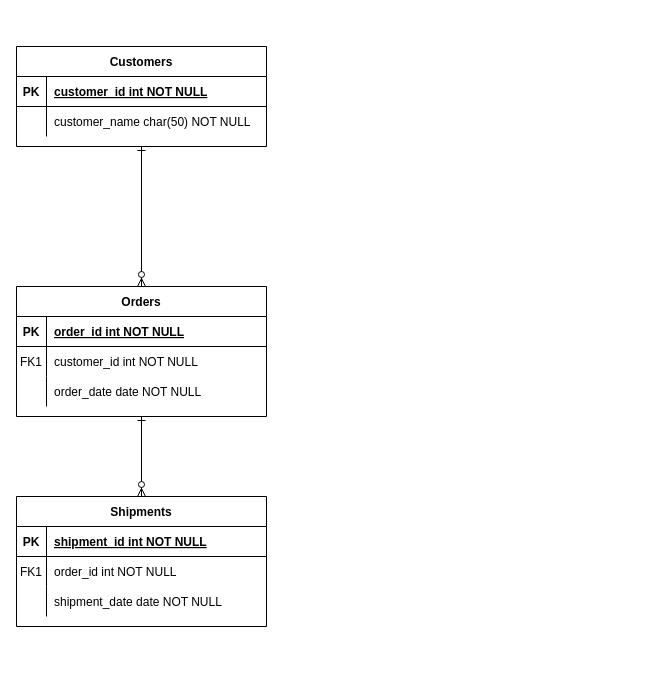
Before: udian/Untitled Diagram.drawio in dickwu/youdian, a draw.io diagram. Source tidied: cells renumbered, new cells numbered last; positions are measured from the earlier drawing's top-left corner, leaving out a move shared by most shapes. Both pictures are drawn from the tidied source at 100%, with x=0, y=0 at pixel (16, 46).
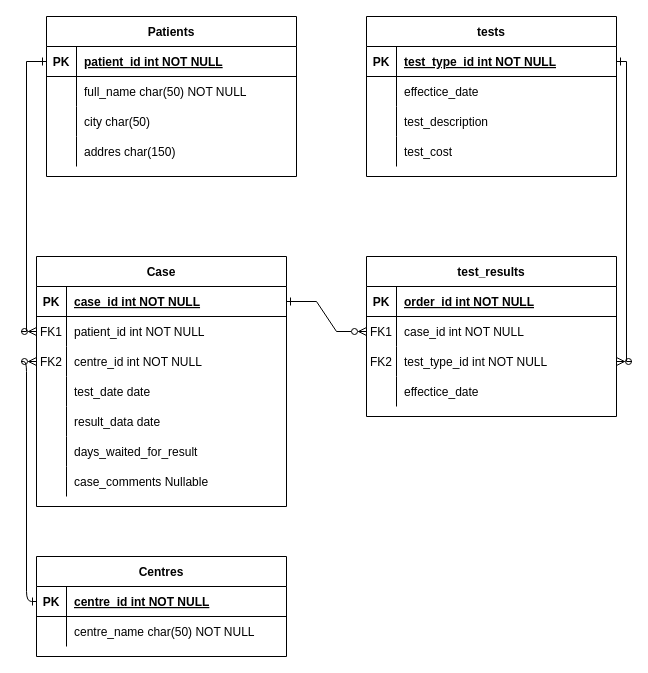
The same diagram, later.

Unchanged cells that the change refers to:
```xml
<mxCell id="5" style="shape=partialRectangle;fillColor=none;points=[[0,0.5],[1,0.5]];portConstraint=eastwest;top=0;left=0;right=0;bottom=1;" parent="4" vertex="1">
  <mxGeometry y="30" width="250" height="30" as="geometry" />
</mxCell>
<mxCell id="8" style="shape=partialRectangle;fillColor=none;points=[[0,0.5],[1,0.5]];portConstraint=eastwest;top=0;left=0;right=0;bottom=0;" parent="4" vertex="1">
  <mxGeometry y="60" width="250" height="30" as="geometry" />
</mxCell>
<mxCell id="11" style="shape=partialRectangle;fillColor=none;points=[[0,0.5],[1,0.5]];portConstraint=eastwest;top=0;left=0;right=0;bottom=0;" parent="4" vertex="1">
  <mxGeometry y="90" width="250" height="30" as="geometry" />
</mxCell>
<mxCell id="15" style="shape=partialRectangle;fillColor=none;points=[[0,0.5],[1,0.5]];portConstraint=eastwest;top=0;left=0;right=0;bottom=1;" parent="14" vertex="1">
  <mxGeometry y="30" width="250" height="30" as="geometry" />
</mxCell>
<mxCell id="25" style="shape=partialRectangle;fillColor=none;points=[[0,0.5],[1,0.5]];portConstraint=eastwest;top=0;left=0;right=0;bottom=1;" parent="24" vertex="1">
  <mxGeometry y="30" width="250" height="30" as="geometry" />
</mxCell>
<mxCell id="28" style="shape=partialRectangle;fillColor=none;top=0;left=0;right=0;bottom=0;" parent="24" vertex="1">
  <mxGeometry y="60" width="250" height="30" as="geometry" />
</mxCell>
```

Diff of the diagram source:
```diff
@@
-    <mxCell id="2" style="endArrow=ERzeroToMany;startArrow=ERone;endFill=1;startFill=0;entryX=0.5;entryY=0;entryDx=0;entryDy=0;exitX=0.5;exitY=1;exitDx=0;exitDy=0;" parent="1" edge="1" source="24" target="4">
-      <mxGeometry relative="1" as="geometry" />
-    </mxCell>
-    <mxCell id="3" style="endArrow=ERzeroToMany;startArrow=ERone;endFill=1;startFill=0;exitX=0.5;exitY=1;exitDx=0;exitDy=0;entryX=0.5;entryY=0;entryDx=0;entryDy=0;" parent="1" edge="1" source="4" target="14">
+    <mxCell id="3" style="endArrow=ERone;startArrow=ERzeroToMany;endFill=0;startFill=0;exitX=0;exitY=0.5;exitDx=0;exitDy=0;entryX=0;entryY=0.5;entryDx=0;entryDy=0;edgeStyle=orthogonalEdgeStyle;" parent="1" edge="1" source="11" target="15">
       <mxGeometry relative="1" as="geometry" />
     </mxCell>
-    <mxCell id="4" value="Orders" style="shape=table;startSize=30;childLayout=tableLayout;rowLines=0;fontStyle=1;align=center;" parent="1" vertex="1">
-      <mxGeometry y="240" width="250" height="130" as="geometry" />
+    <mxCell id="4" value="Case" style="shape=table;startSize=30;childLayout=tableLayout;rowLines=0;fontStyle=1;align=center;" parent="1" vertex="1">
+      <mxGeometry x="20" y="210" width="250" height="250" as="geometry" />
     </mxCell>
@@
-    <mxCell id="7" value="order_id int NOT NULL " style="shape=partialRectangle;overflow=hidden;fillColor=none;top=0;left=0;bottom=0;right=0;align=left;spacingLeft=6;fontStyle=5;" parent="5" vertex="1">
+    <mxCell id="7" value="case_id int NOT NULL " style="shape=partialRectangle;overflow=hidden;fillColor=none;top=0;left=0;bottom=0;right=0;align=left;spacingLeft=6;fontStyle=5;" parent="5" vertex="1">
       <mxGeometry x="30" width="220" height="30" as="geometry" />
     </mxCell>
@@
-    <mxCell id="10" value="customer_id int NOT NULL" style="shape=partialRectangle;overflow=hidden;fillColor=none;top=0;left=0;bottom=0;right=0;align=left;spacingLeft=6;" parent="8" vertex="1">
+    <mxCell id="10" value="patient_id int NOT NULL" style="shape=partialRectangle;overflow=hidden;fillColor=none;top=0;left=0;bottom=0;right=0;align=left;spacingLeft=6;" parent="8" vertex="1">
       <mxGeometry x="30" width="220" height="30" as="geometry" />
     </mxCell>
@@
-    <mxCell id="12" style="shape=partialRectangle;overflow=hidden;fillColor=none;top=0;left=0;bottom=0;right=0;" parent="11" vertex="1">
+    <mxCell id="12" value="FK2" style="shape=partialRectangle;overflow=hidden;fillColor=none;top=0;left=0;bottom=0;right=0;" parent="11" vertex="1">
       <mxGeometry width="30" height="30" as="geometry" />
     </mxCell>
-    <mxCell id="13" value="order_date date NOT NULL" style="shape=partialRectangle;overflow=hidden;fillColor=none;top=0;left=0;bottom=0;right=0;align=left;spacingLeft=6;" parent="11" vertex="1">
+    <mxCell id="13" value="centre_id int NOT NULL" style="shape=partialRectangle;overflow=hidden;fillColor=none;top=0;left=0;bottom=0;right=0;align=left;spacingLeft=6;" parent="11" vertex="1">
       <mxGeometry x="30" width="220" height="30" as="geometry" />
     </mxCell>
+    <mxCell id="31" style="shape=partialRectangle;fillColor=none;top=0;left=0;right=0;bottom=0;" parent="4" vertex="1">
+      <mxGeometry y="120" width="250" height="30" as="geometry" />
+    </mxCell>
+    <mxCell id="32" style="shape=partialRectangle;overflow=hidden;fillColor=none;top=0;left=0;bottom=0;right=0;" parent="31" vertex="1">
+      <mxGeometry width="30" height="30" as="geometry" />
+    </mxCell>
+    <mxCell id="33" value="test_date date" style="shape=partialRectangle;overflow=hidden;fillColor=none;top=0;left=0;bottom=0;right=0;align=left;spacingLeft=6;" parent="31" vertex="1">
+      <mxGeometry x="30" width="220" height="30" as="geometry" />
+    </mxCell>
+    <mxCell id="34" style="shape=partialRectangle;fillColor=none;top=0;left=0;right=0;bottom=0;" parent="4" vertex="1">
+      <mxGeometry y="150" width="250" height="30" as="geometry" />
+    </mxCell>
+    <mxCell id="35" style="shape=partialRectangle;overflow=hidden;fillColor=none;top=0;left=0;bottom=0;right=0;" parent="34" vertex="1">
+      <mxGeometry width="30" height="30" as="geometry" />
+    </mxCell>
+    <mxCell id="36" value="result_data date" style="shape=partialRectangle;overflow=hidden;fillColor=none;top=0;left=0;bottom=0;right=0;align=left;spacingLeft=6;" parent="34" vertex="1">
+      <mxGeometry x="30" width="220" height="30" as="geometry" />
+    </mxCell>
+    <mxCell id="37" style="shape=partialRectangle;fillColor=none;top=0;left=0;right=0;bottom=0;" parent="4" vertex="1">
+      <mxGeometry y="180" width="250" height="30" as="geometry" />
+    </mxCell>
+    <mxCell id="38" style="shape=partialRectangle;overflow=hidden;fillColor=none;top=0;left=0;bottom=0;right=0;" parent="37" vertex="1">
+      <mxGeometry width="30" height="30" as="geometry" />
+    </mxCell>
+    <mxCell id="39" value="days_waited_for_result" style="shape=partialRectangle;overflow=hidden;fillColor=none;top=0;left=0;bottom=0;right=0;align=left;spacingLeft=6;" parent="37" vertex="1">
+      <mxGeometry x="30" width="220" height="30" as="geometry" />
+    </mxCell>
+    <mxCell id="40" style="shape=partialRectangle;fillColor=none;top=0;left=0;right=0;bottom=0;" parent="4" vertex="1">
+      <mxGeometry y="210" width="250" height="30" as="geometry" />
+    </mxCell>
+    <mxCell id="41" style="shape=partialRectangle;overflow=hidden;fillColor=none;top=0;left=0;bottom=0;right=0;" parent="40" vertex="1">
+      <mxGeometry width="30" height="30" as="geometry" />
+    </mxCell>
+    <mxCell id="42" value="case_comments Nullable" style="shape=partialRectangle;overflow=hidden;fillColor=none;top=0;left=0;bottom=0;right=0;align=left;spacingLeft=6;" parent="40" vertex="1">
+      <mxGeometry x="30" width="220" height="30" as="geometry" />
+    </mxCell>
-    <mxCell id="14" value="Shipments" style="shape=table;startSize=30;childLayout=tableLayout;rowLines=0;fontStyle=1;align=center;" parent="1" vertex="1">
-      <mxGeometry y="450" width="250" height="130" as="geometry" />
+    <mxCell id="14" value="Centres" style="shape=table;startSize=30;childLayout=tableLayout;rowLines=0;fontStyle=1;align=center;" parent="1" vertex="1">
+      <mxGeometry x="20" y="510" width="250" height="100" as="geometry" />
     </mxCell>
@@
-    <mxCell id="17" value="shipment_id int NOT NULL " style="shape=partialRectangle;overflow=hidden;fillColor=none;top=0;left=0;bottom=0;right=0;align=left;spacingLeft=6;fontStyle=5;" parent="15" vertex="1">
+    <mxCell id="17" value="centre_id int NOT NULL " style="shape=partialRectangle;overflow=hidden;fillColor=none;top=0;left=0;bottom=0;right=0;align=left;spacingLeft=6;fontStyle=5;" parent="15" vertex="1">
       <mxGeometry x="30" width="220" height="30" as="geometry" />
     </mxCell>
-    <mxCell id="18" style="shape=partialRectangle;fillColor=none;top=0;left=0;right=0;bottom=0;" parent="14" vertex="1">
-      <mxGeometry y="60" width="250" height="30" as="geometry" />
-    </mxCell>
-    <mxCell id="19" value="FK1" style="shape=partialRectangle;overflow=hidden;fillColor=none;top=0;left=0;bottom=0;right=0;" parent="18" vertex="1">
-      <mxGeometry width="30" height="30" as="geometry" />
-    </mxCell>
-    <mxCell id="20" value="order_id int NOT NULL" style="shape=partialRectangle;overflow=hidden;fillColor=none;top=0;left=0;bottom=0;right=0;align=left;spacingLeft=6;" parent="18" vertex="1">
-      <mxGeometry x="30" width="220" height="30" as="geometry" />
-    </mxCell>
     <mxCell id="21" style="shape=partialRectangle;fillColor=none;top=0;left=0;right=0;bottom=0;" parent="14" vertex="1">
-      <mxGeometry y="90" width="250" height="30" as="geometry" />
+      <mxGeometry y="60" width="250" height="30" as="geometry" />
     </mxCell>
@@
-    <mxCell id="23" value="shipment_date date NOT NULL" style="shape=partialRectangle;overflow=hidden;fillColor=none;top=0;left=0;bottom=0;right=0;align=left;spacingLeft=6;" parent="21" vertex="1">
+    <mxCell id="23" value="centre_name char(50) NOT NULL" style="shape=partialRectangle;overflow=hidden;fillColor=none;top=0;left=0;bottom=0;right=0;align=left;spacingLeft=6;" parent="21" vertex="1">
       <mxGeometry x="30" width="220" height="30" as="geometry" />
     </mxCell>
-    <mxCell id="24" value="Customers" style="shape=table;startSize=30;childLayout=tableLayout;rowLines=0;fontStyle=1;align=center;" parent="1" vertex="1">
-      <mxGeometry width="250" height="100" as="geometry" />
+    <mxCell id="24" value="Patients" style="shape=table;startSize=30;childLayout=tableLayout;rowLines=0;fontStyle=1;align=center;" parent="1" vertex="1">
+      <mxGeometry x="30" y="-30" width="250" height="160" as="geometry" />
     </mxCell>
@@
-    <mxCell id="27" value="customer_id int NOT NULL " style="shape=partialRectangle;overflow=hidden;fillColor=none;top=0;left=0;bottom=0;right=0;align=left;spacingLeft=6;fontStyle=5;" parent="25" vertex="1">
+    <mxCell id="27" value="patient_id int NOT NULL " style="shape=partialRectangle;overflow=hidden;fillColor=none;top=0;left=0;bottom=0;right=0;align=left;spacingLeft=6;fontStyle=5;" parent="25" vertex="1">
       <mxGeometry x="30" width="220" height="30" as="geometry" />
     </mxCell>
@@
-    <mxCell id="30" value="customer_name char(50) NOT NULL" style="shape=partialRectangle;overflow=hidden;fillColor=none;top=0;left=0;bottom=0;right=0;align=left;spacingLeft=6;" parent="28" vertex="1">
+    <mxCell id="30" value="full_name char(50) NOT NULL" style="shape=partialRectangle;overflow=hidden;fillColor=none;top=0;left=0;bottom=0;right=0;align=left;spacingLeft=6;" parent="28" vertex="1">
       <mxGeometry x="30" width="220" height="30" as="geometry" />
     </mxCell>
+    <mxCell id="43" style="shape=partialRectangle;fillColor=none;top=0;left=0;right=0;bottom=0;" parent="24" vertex="1">
+      <mxGeometry y="90" width="250" height="30" as="geometry" />
+    </mxCell>
+    <mxCell id="44" style="shape=partialRectangle;overflow=hidden;fillColor=none;top=0;left=0;bottom=0;right=0;" parent="43" vertex="1">
+      <mxGeometry width="30" height="30" as="geometry" />
+    </mxCell>
+    <mxCell id="45" value="city char(50)" style="shape=partialRectangle;overflow=hidden;fillColor=none;top=0;left=0;bottom=0;right=0;align=left;spacingLeft=6;" parent="43" vertex="1">
+      <mxGeometry x="30" width="220" height="30" as="geometry" />
+    </mxCell>
+    <mxCell id="46" style="shape=partialRectangle;fillColor=none;top=0;left=0;right=0;bottom=0;" parent="24" vertex="1">
+      <mxGeometry y="120" width="250" height="30" as="geometry" />
+    </mxCell>
+    <mxCell id="47" style="shape=partialRectangle;overflow=hidden;fillColor=none;top=0;left=0;bottom=0;right=0;" parent="46" vertex="1">
+      <mxGeometry width="30" height="30" as="geometry" />
+    </mxCell>
+    <mxCell id="48" value="addres char(150)" style="shape=partialRectangle;overflow=hidden;fillColor=none;top=0;left=0;bottom=0;right=0;align=left;spacingLeft=6;" parent="46" vertex="1">
+      <mxGeometry x="30" width="220" height="30" as="geometry" />
+    </mxCell>
+    <mxCell id="49" value="test_results" style="shape=table;startSize=30;childLayout=tableLayout;rowLines=0;fontStyle=1;align=center;" parent="1" vertex="1">
+      <mxGeometry x="350" y="210" width="250" height="160" as="geometry" />
+    </mxCell>
+    <mxCell id="50" style="shape=partialRectangle;fillColor=none;top=0;left=0;right=0;bottom=1;" parent="49" vertex="1">
+      <mxGeometry y="30" width="250" height="30" as="geometry" />
+    </mxCell>
+    <mxCell id="51" value="PK" style="shape=partialRectangle;overflow=hidden;fillColor=none;top=0;left=0;bottom=0;right=0;fontStyle=1;" parent="50" vertex="1">
+      <mxGeometry width="30" height="30" as="geometry" />
+    </mxCell>
+    <mxCell id="20" value="order_id int NOT NULL " style="shape=partialRectangle;overflow=hidden;fillColor=none;top=0;left=0;bottom=0;right=0;align=left;spacingLeft=6;fontStyle=5;" parent="50" vertex="1">
+      <mxGeometry x="30" width="220" height="30" as="geometry" />
+    </mxCell>
+    <mxCell id="52" style="shape=partialRectangle;fillColor=none;points=[[0,0.5],[1,0.5]];portConstraint=eastwest;top=0;left=0;right=0;bottom=0;" parent="49" vertex="1">
+      <mxGeometry y="60" width="250" height="30" as="geometry" />
+    </mxCell>
+    <mxCell id="19" value="FK1" style="shape=partialRectangle;overflow=hidden;fillColor=none;top=0;left=0;bottom=0;right=0;" parent="52" vertex="1">
+      <mxGeometry width="30" height="30" as="geometry" />
+    </mxCell>
+    <mxCell id="53" value="case_id int NOT NULL" style="shape=partialRectangle;overflow=hidden;fillColor=none;top=0;left=0;bottom=0;right=0;align=left;spacingLeft=6;" parent="52" vertex="1">
+      <mxGeometry x="30" width="220" height="30" as="geometry" />
+    </mxCell>
+    <mxCell id="54" style="shape=partialRectangle;fillColor=none;points=[[0,0.5],[1,0.5]];portConstraint=eastwest;top=0;left=0;right=0;bottom=0;" parent="49" vertex="1">
+      <mxGeometry y="90" width="250" height="30" as="geometry" />
+    </mxCell>
+    <mxCell id="55" value="FK2" style="shape=partialRectangle;overflow=hidden;fillColor=none;top=0;left=0;bottom=0;right=0;" parent="54" vertex="1">
+      <mxGeometry width="30" height="30" as="geometry" />
+    </mxCell>
+    <mxCell id="56" value="test_type_id int NOT NULL" style="shape=partialRectangle;overflow=hidden;fillColor=none;top=0;left=0;bottom=0;right=0;align=left;spacingLeft=6;" parent="54" vertex="1">
+      <mxGeometry x="30" width="220" height="30" as="geometry" />
+    </mxCell>
+    <mxCell id="57" style="shape=partialRectangle;fillColor=none;top=0;left=0;right=0;bottom=0;" parent="49" vertex="1">
+      <mxGeometry y="120" width="250" height="30" as="geometry" />
+    </mxCell>
+    <mxCell id="58" style="shape=partialRectangle;overflow=hidden;fillColor=none;top=0;left=0;bottom=0;right=0;" parent="57" vertex="1">
+      <mxGeometry width="30" height="30" as="geometry" />
+    </mxCell>
+    <mxCell id="59" value="effectice_date" style="shape=partialRectangle;overflow=hidden;fillColor=none;top=0;left=0;bottom=0;right=0;align=left;spacingLeft=6;" parent="57" vertex="1">
+      <mxGeometry x="30" width="220" height="30" as="geometry" />
+    </mxCell>
+    <mxCell id="60" style="fontSize=12;html=1;endArrow=ERone;rounded=0;exitX=0;exitY=0.5;exitDx=0;exitDy=0;entryX=0;entryY=0.5;entryDx=0;entryDy=0;startArrow=ERzeroToMany;startFill=0;endFill=0;edgeStyle=orthogonalEdgeStyle;" parent="1" edge="1" source="8" target="25">
+      <mxGeometry relative="1" as="geometry" />
+    </mxCell>
+    <mxCell id="61" style="edgeStyle=entityRelationEdgeStyle;fontSize=12;html=1;endArrow=ERzeroToMany;rounded=0;exitX=1;exitY=0.5;exitDx=0;exitDy=0;entryX=0;entryY=0.5;entryDx=0;entryDy=0;startArrow=ERone;startFill=0;endFill=0;" parent="1" edge="1" source="5" target="52">
+      <mxGeometry relative="1" as="geometry" />
+    </mxCell>
+    <mxCell id="62" value="tests" style="shape=table;startSize=30;childLayout=tableLayout;rowLines=0;fontStyle=1;align=center;" parent="1" vertex="1">
+      <mxGeometry x="350" y="-30" width="250" height="160" as="geometry" />
+    </mxCell>
+    <mxCell id="63" style="shape=partialRectangle;fillColor=none;points=[[0,0.5],[1,0.5]];portConstraint=eastwest;top=0;left=0;right=0;bottom=1;" parent="62" vertex="1">
+      <mxGeometry y="30" width="250" height="30" as="geometry" />
+    </mxCell>
+    <mxCell id="64" value="PK" style="shape=partialRectangle;overflow=hidden;fillColor=none;top=0;left=0;bottom=0;right=0;fontStyle=1;" parent="63" vertex="1">
+      <mxGeometry width="30" height="30" as="geometry" />
+    </mxCell>
+    <mxCell id="65" value="test_type_id int NOT NULL " style="shape=partialRectangle;overflow=hidden;fillColor=none;top=0;left=0;bottom=0;right=0;align=left;spacingLeft=6;fontStyle=5;" parent="63" vertex="1">
+      <mxGeometry x="30" width="220" height="30" as="geometry" />
+    </mxCell>
+    <mxCell id="66" style="shape=partialRectangle;fillColor=none;top=0;left=0;right=0;bottom=0;" parent="62" vertex="1">
+      <mxGeometry y="60" width="250" height="30" as="geometry" />
+    </mxCell>
+    <mxCell id="67" style="shape=partialRectangle;overflow=hidden;fillColor=none;top=0;left=0;bottom=0;right=0;" parent="66" vertex="1">
+      <mxGeometry width="30" height="30" as="geometry" />
+    </mxCell>
+    <mxCell id="68" value="effectice_date" style="shape=partialRectangle;overflow=hidden;fillColor=none;top=0;left=0;bottom=0;right=0;align=left;spacingLeft=6;" parent="66" vertex="1">
+      <mxGeometry x="30" width="220" height="30" as="geometry" />
+    </mxCell>
+    <mxCell id="69" style="shape=partialRectangle;fillColor=none;top=0;left=0;right=0;bottom=0;" parent="62" vertex="1">
+      <mxGeometry y="90" width="250" height="30" as="geometry" />
+    </mxCell>
+    <mxCell id="70" style="shape=partialRectangle;overflow=hidden;fillColor=none;top=0;left=0;bottom=0;right=0;" parent="69" vertex="1">
+      <mxGeometry width="30" height="30" as="geometry" />
+    </mxCell>
+    <mxCell id="71" value="test_description" style="shape=partialRectangle;overflow=hidden;fillColor=none;top=0;left=0;bottom=0;right=0;align=left;spacingLeft=6;" parent="69" vertex="1">
+      <mxGeometry x="30" width="220" height="30" as="geometry" />
+    </mxCell>
+    <mxCell id="72" style="shape=partialRectangle;fillColor=none;top=0;left=0;right=0;bottom=0;" parent="62" vertex="1">
+      <mxGeometry y="120" width="250" height="30" as="geometry" />
+    </mxCell>
+    <mxCell id="73" style="shape=partialRectangle;overflow=hidden;fillColor=none;top=0;left=0;bottom=0;right=0;" parent="72" vertex="1">
+      <mxGeometry width="30" height="30" as="geometry" />
+    </mxCell>
+    <mxCell id="74" value="test_cost" style="shape=partialRectangle;overflow=hidden;fillColor=none;top=0;left=0;bottom=0;right=0;align=left;spacingLeft=6;" parent="72" vertex="1">
+      <mxGeometry x="30" width="220" height="30" as="geometry" />
+    </mxCell>
+    <mxCell id="75" style="fontSize=12;html=1;endArrow=ERone;rounded=0;entryX=1;entryY=0.5;entryDx=0;entryDy=0;startArrow=ERzeroToMany;startFill=0;endFill=0;exitX=1;exitY=0.5;exitDx=0;exitDy=0;edgeStyle=orthogonalEdgeStyle;" parent="1" edge="1" source="54" target="63">
+      <mxGeometry relative="1" as="geometry" />
+    </mxCell>
```
